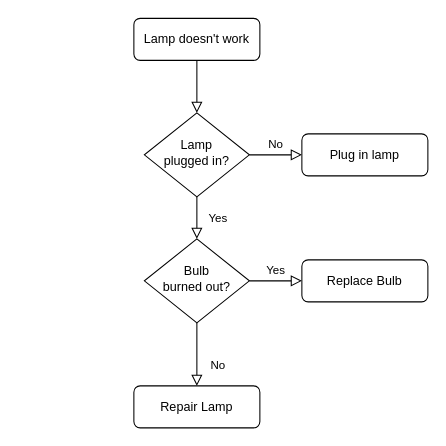
This is 未命名绘图.drawio from snake34475/draw.io, a draw.io file, before an edit. Source tidied: cells renumbered, new cells numbered last; positions are measured from the earlier drawing's top-left corner, leaving out a move shared by most shapes. Both pictures are drawn from the tidied source at 105%, with x=0, y=0 at pixel (133, 18).
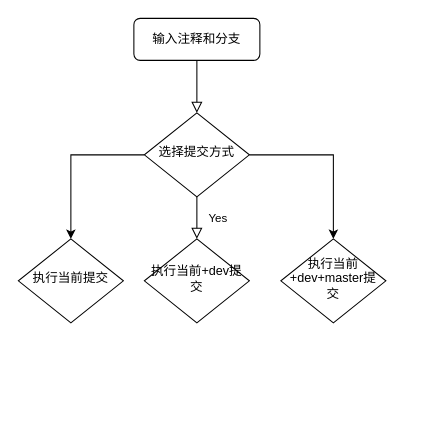
Above is the later version.

What changed in the source:
```diff
@@
 <mxGraphModel>
   <root>
     <mxCell id="0" />
     <mxCell id="1" parent="0" />
     <mxCell id="2" style="rounded=0;html=1;jettySize=auto;fontSize=11;endArrow=block;endFill=0;endSize=8;strokeWidth=1;shadow=0;labelBackgroundColor=none;edgeStyle=orthogonalEdgeStyle;" parent="1" edge="1" source="3" target="6">
       <mxGeometry relative="1" as="geometry" />
     </mxCell>
-    <mxCell id="3" value="Lamp doesn't work" style="rounded=1;whiteSpace=wrap;html=1;fontSize=12;glass=0;strokeWidth=1;shadow=0;" parent="1" vertex="1">
+    <mxCell id="3" value="输入注释和分支" style="rounded=1;whiteSpace=wrap;html=1;fontSize=12;glass=0;strokeWidth=1;shadow=0;" parent="1" vertex="1">
       <mxGeometry width="120" height="40" as="geometry" />
     </mxCell>
     <mxCell id="4" value="Yes" style="rounded=0;html=1;jettySize=auto;fontSize=11;endArrow=block;endFill=0;endSize=8;strokeWidth=1;shadow=0;labelBackgroundColor=none;edgeStyle=orthogonalEdgeStyle;" parent="1" edge="1" source="6" target="10">
       <mxGeometry y="20" relative="1" as="geometry" />
     </mxCell>
-    <mxCell id="5" value="No" style="edgeStyle=orthogonalEdgeStyle;rounded=0;html=1;jettySize=auto;fontSize=11;endArrow=block;endFill=0;endSize=8;strokeWidth=1;shadow=0;labelBackgroundColor=none;" parent="1" edge="1" source="6" target="7">
-      <mxGeometry y="10" relative="1" as="geometry" />
-    </mxCell>
+    <mxCell id="13" style="edgeStyle=orthogonalEdgeStyle;rounded=0;jettySize=auto;html=1;entryX=0.5;entryY=0;entryDx=0;entryDy=0;" parent="1" edge="1" source="6" target="15">
+      <mxGeometry relative="1" as="geometry" />
+    </mxCell>
+    <mxCell id="14" style="edgeStyle=orthogonalEdgeStyle;rounded=0;jettySize=auto;html=1;exitX=1;exitY=0.5;exitDx=0;exitDy=0;entryX=0.5;entryY=0;entryDx=0;entryDy=0;" parent="1" edge="1" source="6" target="16">
+      <mxGeometry relative="1" as="geometry" />
+    </mxCell>
-    <mxCell id="6" value="Lamp&lt;br&gt;plugged in?" style="rhombus;whiteSpace=wrap;html=1;shadow=0;fontFamily=Helvetica;fontSize=12;align=center;strokeWidth=1;spacing=6;spacingTop=-4;" parent="1" vertex="1">
+    <mxCell id="6" value="选择提交方式" style="rhombus;whiteSpace=wrap;html=1;shadow=0;fontFamily=Helvetica;fontSize=12;align=center;strokeWidth=1;spacing=6;spacingTop=-4;" parent="1" vertex="1">
       <mxGeometry x="10" y="90" width="100" height="80" as="geometry" />
     </mxCell>
-    <mxCell id="7" value="Plug in lamp" style="rounded=1;whiteSpace=wrap;html=1;fontSize=12;glass=0;strokeWidth=1;shadow=0;" parent="1" vertex="1">
-      <mxGeometry x="160" y="110" width="120" height="40" as="geometry" />
-    </mxCell>
-    <mxCell id="8" value="No" style="rounded=0;html=1;jettySize=auto;fontSize=11;endArrow=block;endFill=0;endSize=8;strokeWidth=1;shadow=0;labelBackgroundColor=none;edgeStyle=orthogonalEdgeStyle;" parent="1" edge="1" source="10" target="11">
-      <mxGeometry x="0.33" y="20" relative="1" as="geometry" />
-    </mxCell>
-    <mxCell id="9" value="Yes" style="edgeStyle=orthogonalEdgeStyle;rounded=0;html=1;jettySize=auto;fontSize=11;endArrow=block;endFill=0;endSize=8;strokeWidth=1;shadow=0;labelBackgroundColor=none;" parent="1" edge="1" source="10" target="12">
-      <mxGeometry y="10" relative="1" as="geometry" />
-    </mxCell>
-    <mxCell id="10" value="Bulb&lt;br&gt;burned out?" style="rhombus;whiteSpace=wrap;html=1;shadow=0;fontFamily=Helvetica;fontSize=12;align=center;strokeWidth=1;spacing=6;spacingTop=-4;" parent="1" vertex="1">
+    <mxCell id="10" value="执行当前+dev提交" style="rhombus;whiteSpace=wrap;html=1;shadow=0;fontFamily=Helvetica;fontSize=12;align=center;strokeWidth=1;spacing=6;spacingTop=-4;" parent="1" vertex="1">
       <mxGeometry x="10" y="210" width="100" height="80" as="geometry" />
     </mxCell>
-    <mxCell id="11" value="Repair Lamp" style="rounded=1;whiteSpace=wrap;html=1;fontSize=12;glass=0;strokeWidth=1;shadow=0;" parent="1" vertex="1">
-      <mxGeometry y="350" width="120" height="40" as="geometry" />
-    </mxCell>
-    <mxCell id="12" value="Replace Bulb" style="rounded=1;whiteSpace=wrap;html=1;fontSize=12;glass=0;strokeWidth=1;shadow=0;" parent="1" vertex="1">
-      <mxGeometry x="160" y="230" width="120" height="40" as="geometry" />
-    </mxCell>
+    <mxCell id="15" value="执行当前提交" style="rhombus;whiteSpace=wrap;html=1;shadow=0;fontFamily=Helvetica;fontSize=12;align=center;strokeWidth=1;spacing=6;spacingTop=-4;" parent="1" vertex="1">
+      <mxGeometry x="-110" y="210" width="100" height="80" as="geometry" />
+    </mxCell>
+    <mxCell id="16" value="执行当前+dev+master提交" style="rhombus;whiteSpace=wrap;html=1;shadow=0;fontFamily=Helvetica;fontSize=12;align=center;strokeWidth=1;spacing=6;spacingTop=-4;" parent="1" vertex="1">
+      <mxGeometry x="140" y="210" width="100" height="80" as="geometry" />
+    </mxCell>
   </root>
 </mxGraphModel>
```
